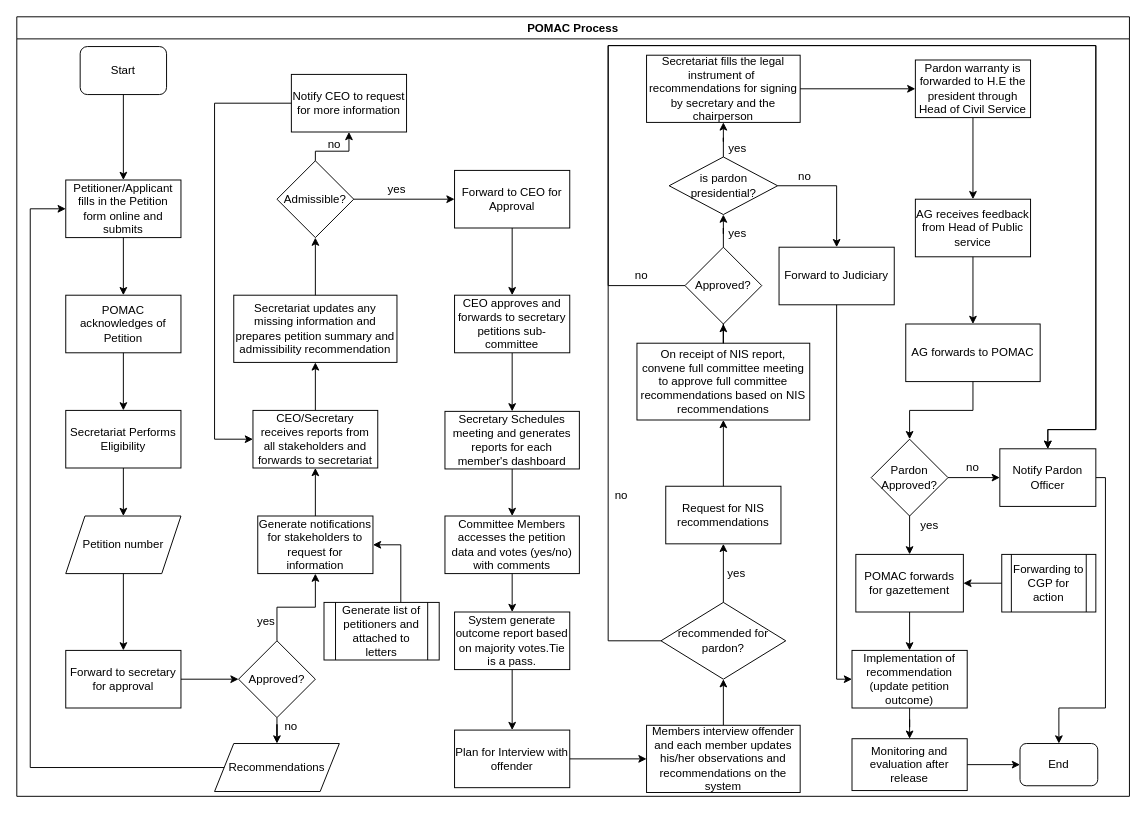
Earlier version of the draw.io diagram POMAC RE-Engineered Process.drawio (kmagua/flowcharts). Source tidied: cells renumbered, new cells numbered last; positions are measured from the earlier drawing's top-left corner, leaving out a move shared by most shapes. Both pictures are drawn from the tidied source at 96%, with x=0, y=0 at pixel (16, 16).
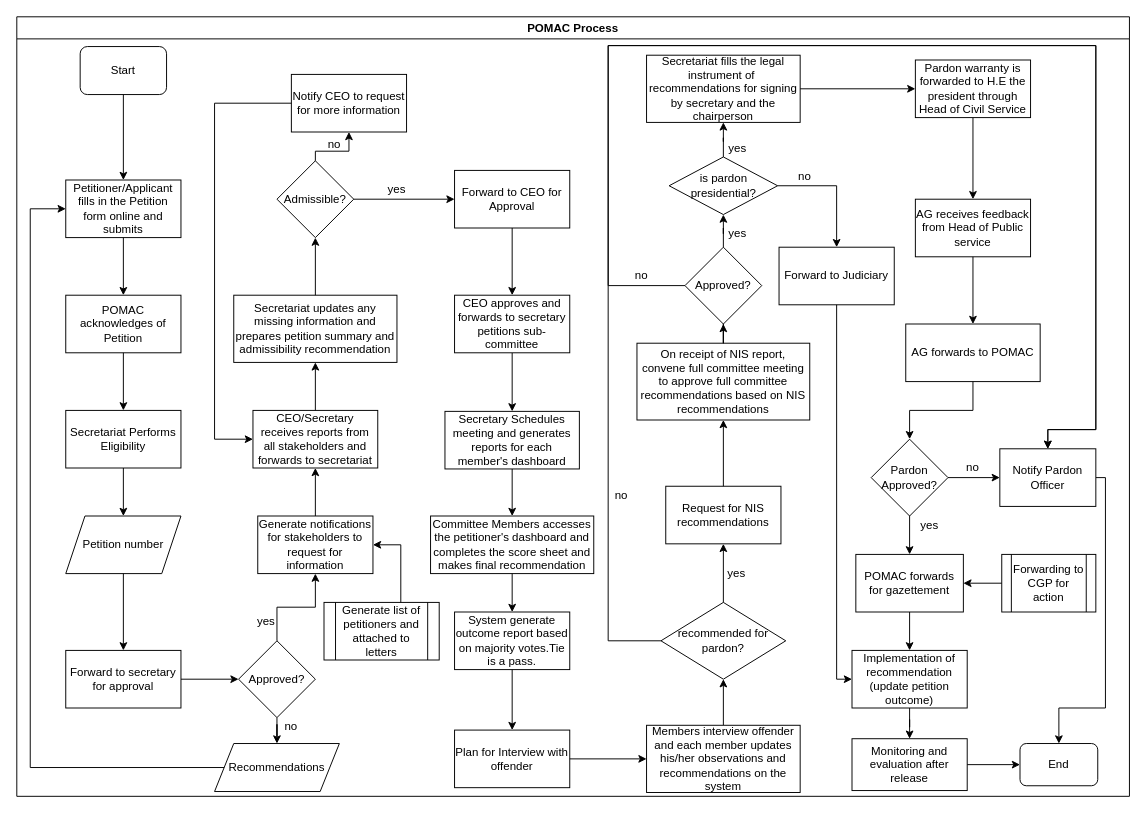
After the change.

Unchanged cells that the change refers to:
```xml
<mxCell id="2" value="POMAC Process" style="swimlane;" parent="1" vertex="1">
  <mxGeometry width="1159" height="812" as="geometry" />
</mxCell>
```

What changed in the source:
```diff
@@
-    <mxCell id="30" value="Committee Members accesses the petition data and votes (yes/no) with comments" style="whiteSpace=wrap;html=1;" parent="2" vertex="1">
-      <mxGeometry x="446" y="520" width="140" height="60" as="geometry" />
+    <mxCell id="30" value="Committee Members accesses the petitioner's dashboard and completes the score sheet and makes final recommendation" style="whiteSpace=wrap;html=1;" parent="2" vertex="1">
+      <mxGeometry x="431" y="520" width="170" height="60" as="geometry" />
     </mxCell>
```
